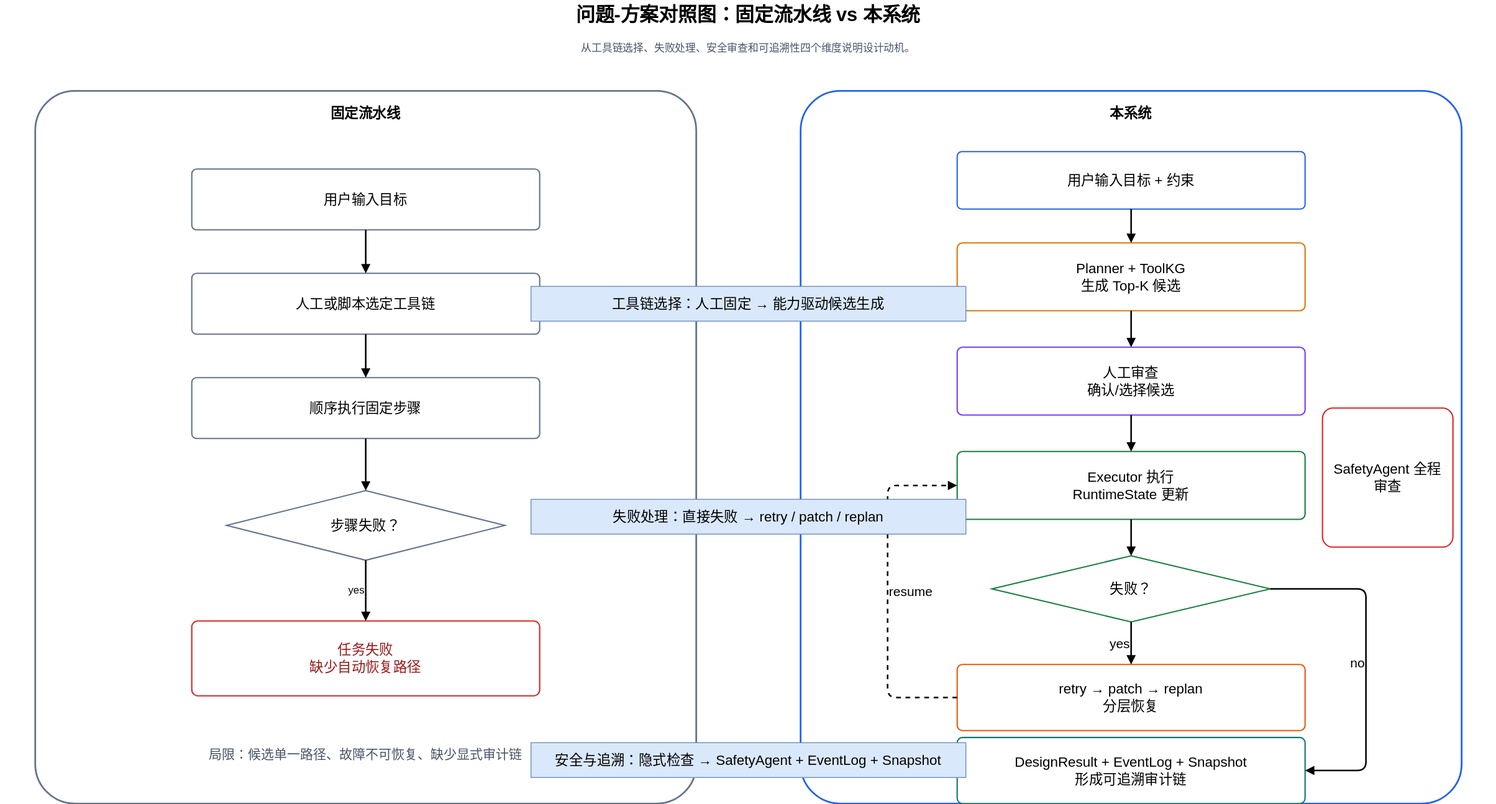
Yuri-Kon/thesis-project keeps this draw.io diagram as paper/figures/problem-solution-comparison.drawio.svg. Above is the earlier version. Source tidied: cells renumbered, new cells last; positions are measured from the earlier drawing's top-left corner, leaving out a move shared by most shapes.
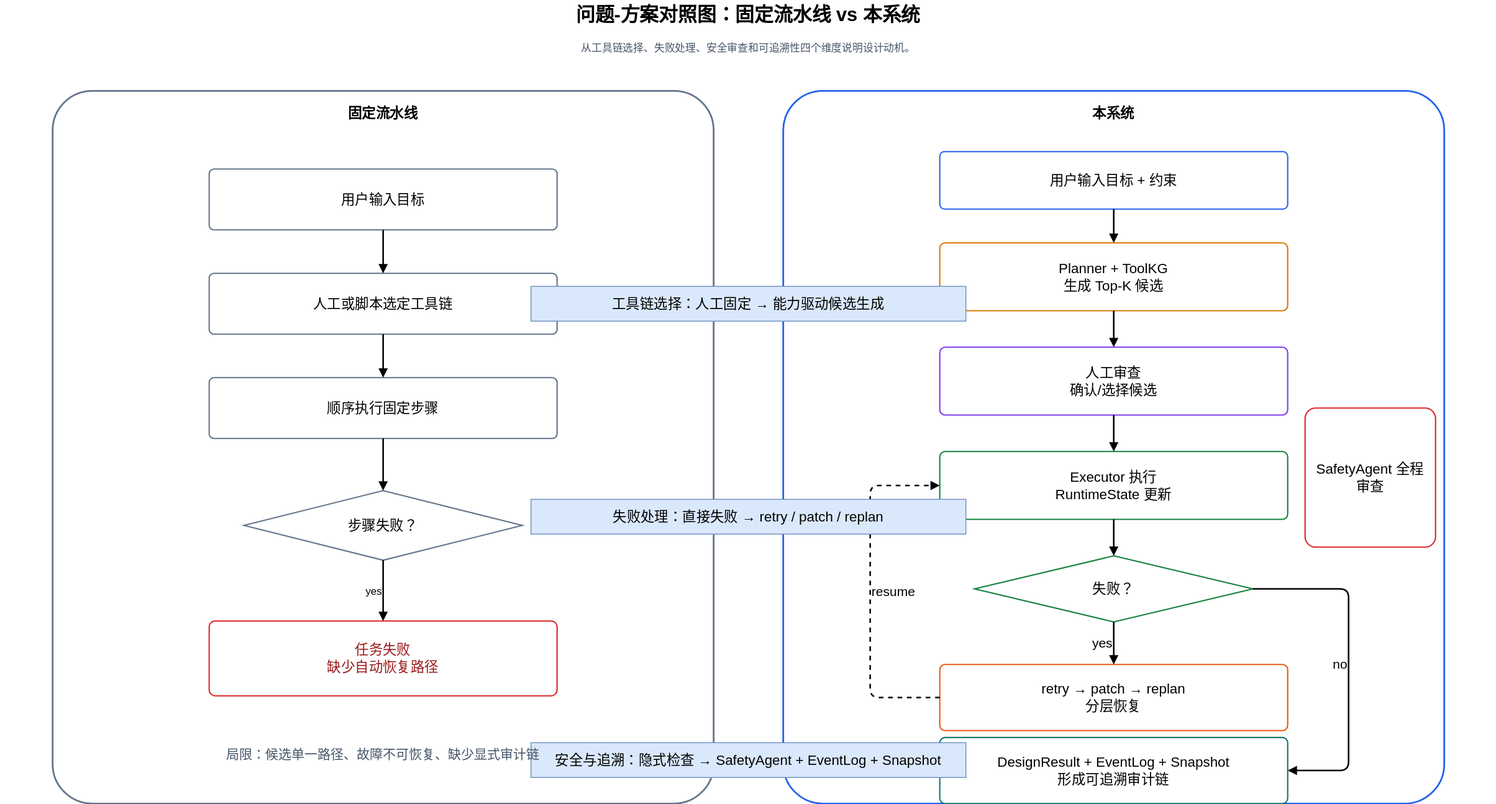
Above is the later version.

Diff of the diagram source:
```diff
@@ -2,103 +2,106 @@
   <root>
     <mxCell id="0" />
     <mxCell id="1" parent="0" />
-    <mxCell id="2" value="问题-方案对照图：固定流水线 vs 本系统" style="fontFamily=Helvetica;fontSize=22;fontStyle=1;align=center;verticalAlign=middle;whiteSpace=wrap;html=1;fillColor=none;strokeColor=none;" parent="1" vertex="1">
-      <mxGeometry width="1720" height="34" as="geometry" />
-    </mxCell>
-    <mxCell id="3" value="从工具链选择、失败处理、安全审查和可追溯性四个维度说明设计动机。" style="fontFamily=Helvetica;fontSize=12;fontColor=#475569;align=center;verticalAlign=middle;whiteSpace=wrap;html=1;fillColor=none;strokeColor=none;" parent="1" vertex="1">
-      <mxGeometry x="40" y="40" width="1640" height="30" as="geometry" />
-    </mxCell>
+    <mxCell id="34" style="group;" parent="1" vertex="1">
+      <mxGeometry x="60" y="104" width="760" height="820" as="geometry" />
+    </mxCell>
-    <mxCell id="4" value="&lt;font style=&quot;font-size: 16px;&quot;&gt;固定流水线&lt;/font&gt;" style="rounded=1;whiteSpace=wrap;html=1;arcSize=6;fillColor=#FFFFFF;strokeWidth=2;fontFamily=Helvetica;fontSize=15;fontStyle=1;align=center;verticalAlign=top;spacing=12;strokeColor=#64748B;" parent="1" vertex="1">
-      <mxGeometry x="40" y="104" width="760" height="820" as="geometry" />
+    <mxCell id="4" value="&lt;font style=&quot;font-size: 16px;&quot;&gt;固定流水线&lt;/font&gt;" style="rounded=1;whiteSpace=wrap;html=1;arcSize=6;fillColor=#FFFFFF;strokeWidth=2;fontFamily=Helvetica;fontSize=15;fontStyle=1;align=center;verticalAlign=top;spacing=12;strokeColor=#64748B;" parent="34" vertex="1">
+      <mxGeometry width="760" height="820" as="geometry" />
     </mxCell>
-    <mxCell id="5" value="&lt;font style=&quot;font-size: 16px;&quot;&gt;本系统&lt;/font&gt;" style="rounded=1;whiteSpace=wrap;html=1;arcSize=6;fillColor=#FFFFFF;strokeWidth=2;fontFamily=Helvetica;fontSize=15;fontStyle=1;align=center;verticalAlign=top;spacing=12;strokeColor=#2563EB;" parent="1" vertex="1">
-      <mxGeometry x="920" y="104" width="760" height="820" as="geometry" />
-    </mxCell>
-    <mxCell id="6" value="用户输入目标" style="rounded=1;whiteSpace=wrap;html=1;arcSize=8;fillColor=#FFFFFF;strokeWidth=1.5;fontFamily=Helvetica;fontSize=16;align=center;verticalAlign=middle;spacing=8;strokeColor=#64748B;" parent="1" vertex="1">
-      <mxGeometry x="220" y="194" width="400" height="70" as="geometry" />
+    <mxCell id="6" value="用户输入目标" style="rounded=1;whiteSpace=wrap;html=1;arcSize=8;fillColor=#FFFFFF;strokeWidth=1.5;fontFamily=Helvetica;fontSize=16;align=center;verticalAlign=middle;spacing=8;strokeColor=#64748B;" parent="34" vertex="1">
+      <mxGeometry x="180" y="90" width="400" height="70" as="geometry" />
     </mxCell>
-    <mxCell id="7" value="人工或脚本选定工具链" style="rounded=1;whiteSpace=wrap;html=1;arcSize=8;fillColor=#FFFFFF;strokeWidth=1.5;fontFamily=Helvetica;fontSize=16;align=center;verticalAlign=middle;spacing=8;strokeColor=#64748B;" parent="1" vertex="1">
-      <mxGeometry x="220" y="314" width="400" height="70" as="geometry" />
+    <mxCell id="7" value="人工或脚本选定工具链" style="rounded=1;whiteSpace=wrap;html=1;arcSize=8;fillColor=#FFFFFF;strokeWidth=1.5;fontFamily=Helvetica;fontSize=16;align=center;verticalAlign=middle;spacing=8;strokeColor=#64748B;" parent="34" vertex="1">
+      <mxGeometry x="180" y="210" width="400" height="70" as="geometry" />
     </mxCell>
-    <mxCell id="8" value="顺序执行固定步骤" style="rounded=1;whiteSpace=wrap;html=1;arcSize=8;fillColor=#FFFFFF;strokeWidth=1.5;fontFamily=Helvetica;fontSize=16;align=center;verticalAlign=middle;spacing=8;strokeColor=#64748B;" parent="1" vertex="1">
-      <mxGeometry x="220" y="434" width="400" height="70" as="geometry" />
+    <mxCell id="8" value="顺序执行固定步骤" style="rounded=1;whiteSpace=wrap;html=1;arcSize=8;fillColor=#FFFFFF;strokeWidth=1.5;fontFamily=Helvetica;fontSize=16;align=center;verticalAlign=middle;spacing=8;strokeColor=#64748B;" parent="34" vertex="1">
+      <mxGeometry x="180" y="330" width="400" height="70" as="geometry" />
     </mxCell>
-    <mxCell id="9" value="步骤失败？" style="rhombus;whiteSpace=wrap;html=1;fillColor=#FFFFFF;strokeColor=#64748B;strokeWidth=1.5;fontFamily=Helvetica;fontSize=16;align=center;verticalAlign=middle;" parent="1" vertex="1">
-      <mxGeometry x="260" y="564" width="320" height="80" as="geometry" />
+    <mxCell id="9" value="步骤失败？" style="rhombus;whiteSpace=wrap;html=1;fillColor=#FFFFFF;strokeColor=#64748B;strokeWidth=1.5;fontFamily=Helvetica;fontSize=16;align=center;verticalAlign=middle;" parent="34" vertex="1">
+      <mxGeometry x="220" y="460" width="320" height="80" as="geometry" />
     </mxCell>
-    <mxCell id="10" value="任务失败&lt;br&gt;缺少自动恢复路径" style="rounded=1;whiteSpace=wrap;html=1;arcSize=8;fillColor=#FFFFFF;strokeWidth=1.5;fontFamily=Helvetica;fontSize=16;align=center;verticalAlign=middle;spacing=8;strokeColor=#DC2626;fontColor=#991B1B;" parent="1" vertex="1">
-      <mxGeometry x="220" y="714" width="400" height="86" as="geometry" />
+    <mxCell id="10" value="任务失败&lt;br&gt;缺少自动恢复路径" style="rounded=1;whiteSpace=wrap;html=1;arcSize=8;fillColor=#FFFFFF;strokeWidth=1.5;fontFamily=Helvetica;fontSize=16;align=center;verticalAlign=middle;spacing=8;strokeColor=#DC2626;fontColor=#991B1B;" parent="34" vertex="1">
+      <mxGeometry x="180" y="610" width="400" height="86" as="geometry" />
     </mxCell>
-    <mxCell id="11" value="局限：候选单一路径、故障不可恢复、缺少显式审计链" style="fontFamily=Helvetica;fontSize=15;fontColor=#475569;align=center;verticalAlign=middle;whiteSpace=wrap;html=1;fillColor=none;strokeColor=none;" parent="1" vertex="1">
-      <mxGeometry x="125" y="844" width="590" height="46" as="geometry" />
-    </mxCell>
-    <mxCell id="12" style="endArrow=block;html=1;rounded=1;strokeWidth=1.8;fontSize=12;fontFamily=Helvetica;labelBackgroundColor=none;" parent="1" edge="1" source="6" target="7">
+    <mxCell id="12" style="endArrow=block;html=1;rounded=1;strokeWidth=1.8;fontSize=12;fontFamily=Helvetica;labelBackgroundColor=none;" parent="34" edge="1" source="6" target="7">
       <mxGeometry relative="1" as="geometry" />
     </mxCell>
-    <mxCell id="13" style="endArrow=block;html=1;rounded=1;strokeWidth=1.8;fontSize=12;fontFamily=Helvetica;labelBackgroundColor=none;" parent="1" edge="1" source="7" target="8">
+    <mxCell id="13" style="endArrow=block;html=1;rounded=1;strokeWidth=1.8;fontSize=12;fontFamily=Helvetica;labelBackgroundColor=none;" parent="34" edge="1" source="7" target="8">
       <mxGeometry relative="1" as="geometry" />
     </mxCell>
-    <mxCell id="14" style="endArrow=block;html=1;rounded=1;strokeWidth=1.8;fontSize=12;fontFamily=Helvetica;labelBackgroundColor=none;" parent="1" edge="1" source="8" target="9">
+    <mxCell id="14" style="endArrow=block;html=1;rounded=1;strokeWidth=1.8;fontSize=12;fontFamily=Helvetica;labelBackgroundColor=none;" parent="34" edge="1" source="8" target="9">
       <mxGeometry relative="1" as="geometry" />
     </mxCell>
-    <mxCell id="15" value="yes" style="endArrow=block;html=1;rounded=1;strokeWidth=1.8;fontSize=12;fontFamily=Helvetica;labelBackgroundColor=none;labelPosition=left;verticalLabelPosition=middle;align=right;verticalAlign=middle;" parent="1" edge="1" source="9" target="10">
+    <mxCell id="15" value="yes" style="endArrow=block;html=1;rounded=1;strokeWidth=1.8;fontSize=12;fontFamily=Helvetica;labelBackgroundColor=none;labelPosition=left;verticalLabelPosition=middle;align=right;verticalAlign=middle;" parent="34" edge="1" source="9" target="10">
       <mxGeometry relative="1" as="geometry" />
     </mxCell>
+    <mxCell id="35" style="group;" parent="1" vertex="1">
+      <mxGeometry x="900" y="104" width="760" height="820" as="geometry" />
+    </mxCell>
+    <mxCell id="5" value="&lt;font style=&quot;font-size: 16px;&quot;&gt;本系统&lt;/font&gt;" style="rounded=1;whiteSpace=wrap;html=1;arcSize=6;fillColor=#FFFFFF;strokeWidth=2;fontFamily=Helvetica;fontSize=15;fontStyle=1;align=center;verticalAlign=top;spacing=12;strokeColor=#2563EB;" parent="35" vertex="1">
+      <mxGeometry width="760" height="820" as="geometry" />
+    </mxCell>
-    <mxCell id="16" value="用户输入目标 + 约束" style="rounded=1;whiteSpace=wrap;html=1;arcSize=8;fillColor=#FFFFFF;strokeWidth=1.5;fontFamily=Helvetica;fontSize=16;align=center;verticalAlign=middle;spacing=8;strokeColor=#2563EB;" parent="1" vertex="1">
-      <mxGeometry x="1100" y="174" width="400" height="66" as="geometry" />
+    <mxCell id="16" value="用户输入目标 + 约束" style="rounded=1;whiteSpace=wrap;html=1;arcSize=8;fillColor=#FFFFFF;strokeWidth=1.5;fontFamily=Helvetica;fontSize=16;align=center;verticalAlign=middle;spacing=8;strokeColor=#2563EB;" parent="35" vertex="1">
+      <mxGeometry x="180" y="70" width="400" height="66" as="geometry" />
     </mxCell>
-    <mxCell id="17" value="Planner + ToolKG&lt;br&gt;生成 Top-K 候选" style="rounded=1;whiteSpace=wrap;html=1;arcSize=8;fillColor=#FFFFFF;strokeWidth=1.5;fontFamily=Helvetica;fontSize=16;align=center;verticalAlign=middle;spacing=8;strokeColor=#D97706;" parent="1" vertex="1">
-      <mxGeometry x="1100" y="279" width="400" height="78" as="geometry" />
+    <mxCell id="17" value="Planner + ToolKG&lt;br&gt;生成 Top-K 候选" style="rounded=1;whiteSpace=wrap;html=1;arcSize=8;fillColor=#FFFFFF;strokeWidth=1.5;fontFamily=Helvetica;fontSize=16;align=center;verticalAlign=middle;spacing=8;strokeColor=#D97706;" parent="35" vertex="1">
+      <mxGeometry x="180" y="175" width="400" height="78" as="geometry" />
     </mxCell>
-    <mxCell id="18" value="人工审查&lt;br&gt;确认/选择候选" style="rounded=1;whiteSpace=wrap;html=1;arcSize=8;fillColor=#FFFFFF;strokeWidth=1.5;fontFamily=Helvetica;fontSize=16;align=center;verticalAlign=middle;spacing=8;strokeColor=#7C3AED;" parent="1" vertex="1">
-      <mxGeometry x="1100" y="399" width="400" height="78" as="geometry" />
+    <mxCell id="18" value="人工审查&lt;br&gt;确认/选择候选" style="rounded=1;whiteSpace=wrap;html=1;arcSize=8;fillColor=#FFFFFF;strokeWidth=1.5;fontFamily=Helvetica;fontSize=16;align=center;verticalAlign=middle;spacing=8;strokeColor=#7C3AED;" parent="35" vertex="1">
+      <mxGeometry x="180" y="295" width="400" height="78" as="geometry" />
     </mxCell>
-    <mxCell id="19" value="Executor 执行&lt;br&gt;RuntimeState 更新" style="rounded=1;whiteSpace=wrap;html=1;arcSize=8;fillColor=#FFFFFF;strokeWidth=1.5;fontFamily=Helvetica;fontSize=16;align=center;verticalAlign=middle;spacing=8;strokeColor=#15803D;" parent="1" vertex="1">
-      <mxGeometry x="1100" y="519" width="400" height="78" as="geometry" />
+    <mxCell id="19" value="Executor 执行&lt;br&gt;RuntimeState 更新" style="rounded=1;whiteSpace=wrap;html=1;arcSize=8;fillColor=#FFFFFF;strokeWidth=1.5;fontFamily=Helvetica;fontSize=16;align=center;verticalAlign=middle;spacing=8;strokeColor=#15803D;" parent="35" vertex="1">
+      <mxGeometry x="180" y="415" width="400" height="78" as="geometry" />
     </mxCell>
-    <mxCell id="20" value="失败？" style="rhombus;whiteSpace=wrap;html=1;fillColor=#FFFFFF;strokeColor=#15803D;strokeWidth=1.5;fontFamily=Helvetica;fontSize=16;align=center;verticalAlign=middle;" parent="1" vertex="1">
-      <mxGeometry x="1140" y="639" width="320" height="76" as="geometry" />
+    <mxCell id="20" value="失败？" style="rhombus;whiteSpace=wrap;html=1;fillColor=#FFFFFF;strokeColor=#15803D;strokeWidth=1.5;fontFamily=Helvetica;fontSize=16;align=center;verticalAlign=middle;" parent="35" vertex="1">
+      <mxGeometry x="220" y="535" width="320" height="76" as="geometry" />
     </mxCell>
-    <mxCell id="21" value="retry → patch → replan&lt;br&gt;分层恢复" style="rounded=1;whiteSpace=wrap;html=1;arcSize=8;fillColor=#FFFFFF;strokeWidth=1.5;fontFamily=Helvetica;fontSize=16;align=center;verticalAlign=middle;spacing=8;strokeColor=#EA580C;" parent="1" vertex="1">
-      <mxGeometry x="1100" y="764" width="400" height="76" as="geometry" />
+    <mxCell id="21" value="retry → patch → replan&lt;br&gt;分层恢复" style="rounded=1;whiteSpace=wrap;html=1;arcSize=8;fillColor=#FFFFFF;strokeWidth=1.5;fontFamily=Helvetica;fontSize=16;align=center;verticalAlign=middle;spacing=8;strokeColor=#EA580C;" parent="35" vertex="1">
+      <mxGeometry x="180" y="660" width="400" height="76" as="geometry" />
     </mxCell>
-    <mxCell id="22" value="DesignResult + EventLog + Snapshot&lt;br&gt;形成可追溯审计链" style="rounded=1;whiteSpace=wrap;html=1;arcSize=8;fillColor=#FFFFFF;strokeWidth=1.5;fontFamily=Helvetica;fontSize=16;align=center;verticalAlign=middle;spacing=8;strokeColor=#0F766E;" parent="1" vertex="1">
-      <mxGeometry x="1100" y="848" width="400" height="76" as="geometry" />
+    <mxCell id="22" value="DesignResult + EventLog + Snapshot&lt;br&gt;形成可追溯审计链" style="rounded=1;whiteSpace=wrap;html=1;arcSize=8;fillColor=#FFFFFF;strokeWidth=1.5;fontFamily=Helvetica;fontSize=16;align=center;verticalAlign=middle;spacing=8;strokeColor=#0F766E;" parent="35" vertex="1">
+      <mxGeometry x="180" y="744" width="400" height="76" as="geometry" />
     </mxCell>
-    <mxCell id="23" value="&lt;font style=&quot;font-size: 16px;&quot;&gt;SafetyAgent 全程审查&lt;/font&gt;" style="rounded=1;whiteSpace=wrap;html=1;arcSize=8;fillColor=#FFFFFF;strokeWidth=1.5;fontFamily=Helvetica;fontSize=13;align=center;verticalAlign=middle;spacing=8;strokeColor=#DC2626;fontSize=12;" parent="1" vertex="1">
-      <mxGeometry x="1520" y="469" width="150" height="160" as="geometry" />
+    <mxCell id="23" value="&lt;font style=&quot;font-size: 16px;&quot;&gt;SafetyAgent 全程审查&lt;/font&gt;" style="rounded=1;whiteSpace=wrap;html=1;arcSize=8;fillColor=#FFFFFF;strokeWidth=1.5;fontFamily=Helvetica;fontSize=13;align=center;verticalAlign=middle;spacing=8;strokeColor=#DC2626;fontSize=12;" parent="35" vertex="1">
+      <mxGeometry x="600" y="365" width="150" height="160" as="geometry" />
     </mxCell>
-    <mxCell id="24" style="endArrow=block;html=1;rounded=1;strokeWidth=1.8;fontSize=12;fontFamily=Helvetica;labelBackgroundColor=none;" parent="1" edge="1" source="16" target="17">
+    <mxCell id="24" style="endArrow=block;html=1;rounded=1;strokeWidth=1.8;fontSize=12;fontFamily=Helvetica;labelBackgroundColor=none;" parent="35" edge="1" source="16" target="17">
       <mxGeometry relative="1" as="geometry" />
     </mxCell>
-    <mxCell id="25" style="endArrow=block;html=1;rounded=1;strokeWidth=1.8;fontSize=12;fontFamily=Helvetica;labelBackgroundColor=none;" parent="1" edge="1" source="17" target="18">
+    <mxCell id="25" style="endArrow=block;html=1;rounded=1;strokeWidth=1.8;fontSize=12;fontFamily=Helvetica;labelBackgroundColor=none;" parent="35" edge="1" source="17" target="18">
       <mxGeometry relative="1" as="geometry" />
     </mxCell>
-    <mxCell id="26" style="endArrow=block;html=1;rounded=1;strokeWidth=1.8;fontSize=12;fontFamily=Helvetica;labelBackgroundColor=none;" parent="1" edge="1" source="18" target="19">
+    <mxCell id="26" style="endArrow=block;html=1;rounded=1;strokeWidth=1.8;fontSize=12;fontFamily=Helvetica;labelBackgroundColor=none;" parent="35" edge="1" source="18" target="19">
       <mxGeometry relative="1" as="geometry" />
     </mxCell>
-    <mxCell id="27" style="endArrow=block;html=1;rounded=1;strokeWidth=1.8;fontSize=12;fontFamily=Helvetica;labelBackgroundColor=none;" parent="1" edge="1" source="19" target="20">
+    <mxCell id="27" style="endArrow=block;html=1;rounded=1;strokeWidth=1.8;fontSize=12;fontFamily=Helvetica;labelBackgroundColor=none;" parent="35" edge="1" source="19" target="20">
       <mxGeometry relative="1" as="geometry" />
     </mxCell>
-    <mxCell id="28" value="yes" style="endArrow=block;html=1;rounded=1;strokeWidth=1.8;fontSize=15;fontFamily=Helvetica;labelBackgroundColor=none;labelPosition=left;verticalLabelPosition=middle;align=right;verticalAlign=middle;" parent="1" edge="1" source="20" target="21">
+    <mxCell id="28" value="yes" style="endArrow=block;html=1;rounded=1;strokeWidth=1.8;fontSize=15;fontFamily=Helvetica;labelBackgroundColor=none;labelPosition=left;verticalLabelPosition=middle;align=right;verticalAlign=middle;" parent="35" edge="1" source="20" target="21">
       <mxGeometry relative="1" as="geometry" />
     </mxCell>
-    <mxCell id="29" value="resume" style="endArrow=block;html=1;rounded=1;strokeWidth=1.8;fontSize=15;fontFamily=Helvetica;labelBackgroundColor=none;dashed=1;labelPosition=right;verticalLabelPosition=middle;align=left;verticalAlign=middle;" parent="1" edge="1" source="21" target="19">
+    <mxCell id="29" value="resume" style="endArrow=block;html=1;rounded=1;strokeWidth=1.8;fontSize=15;fontFamily=Helvetica;labelBackgroundColor=none;dashed=1;labelPosition=right;verticalLabelPosition=middle;align=left;verticalAlign=middle;" parent="35" edge="1" source="21" target="19">
       <mxGeometry relative="1" as="geometry">
         <Array as="points">
-          <mxPoint x="1020" y="802" />
-          <mxPoint x="1020" y="558" />
+          <mxPoint x="100" y="698" />
+          <mxPoint x="100" y="454" />
         </Array>
       </mxGeometry>
     </mxCell>
-    <mxCell id="30" value="no" style="endArrow=block;html=1;rounded=1;strokeWidth=1.8;fontSize=15;fontFamily=Helvetica;labelBackgroundColor=none;entryX=1;entryY=0.5;entryDx=0;entryDy=0;exitX=1;exitY=0.5;exitDx=0;exitDy=0;labelPosition=left;verticalLabelPosition=middle;align=right;verticalAlign=middle;" parent="1" edge="1" source="20" target="22">
+    <mxCell id="30" value="no" style="endArrow=block;html=1;rounded=1;strokeWidth=1.8;fontSize=15;fontFamily=Helvetica;labelBackgroundColor=none;entryX=1;entryY=0.5;entryDx=0;entryDy=0;exitX=1;exitY=0.5;exitDx=0;exitDy=0;labelPosition=left;verticalLabelPosition=middle;align=right;verticalAlign=middle;" parent="35" edge="1" source="20" target="22">
       <mxGeometry relative="1" as="geometry">
         <Array as="points">
-          <mxPoint x="1570" y="677" />
-          <mxPoint x="1570" y="886" />
+          <mxPoint x="650" y="573" />
+          <mxPoint x="650" y="782" />
         </Array>
       </mxGeometry>
     </mxCell>
+    <mxCell id="2" value="问题-方案对照图：固定流水线 vs 本系统" style="fontFamily=Helvetica;fontSize=22;fontStyle=1;align=center;verticalAlign=middle;whiteSpace=wrap;html=1;fillColor=none;strokeColor=none;" parent="1" vertex="1">
+      <mxGeometry width="1720" height="34" as="geometry" />
+    </mxCell>
+    <mxCell id="3" value="从工具链选择、失败处理、安全审查和可追溯性四个维度说明设计动机。" style="fontFamily=Helvetica;fontSize=12;fontColor=#475569;align=center;verticalAlign=middle;whiteSpace=wrap;html=1;fillColor=none;strokeColor=none;" parent="1" vertex="1">
+      <mxGeometry x="40" y="40" width="1640" height="30" as="geometry" />
+    </mxCell>
     <mxCell id="31" value="工具链选择：人工固定 → 能力驱动候选生成" style="fontFamily=Helvetica;fontSize=16;align=center;verticalAlign=middle;whiteSpace=wrap;html=1;fillColor=#dae8fc;strokeColor=#6c8ebf;" parent="1" vertex="1">
       <mxGeometry x="610" y="329" width="500" height="40" as="geometry" />
     </mxCell>
@@ -108,5 +111,8 @@
     <mxCell id="33" value="安全与追溯：隐式检查 → SafetyAgent + EventLog + Snapshot" style="fontFamily=Helvetica;fontSize=16;align=center;verticalAlign=middle;whiteSpace=wrap;html=1;fillColor=#dae8fc;strokeColor=#6c8ebf;" parent="1" vertex="1">
       <mxGeometry x="610" y="854" width="500" height="40" as="geometry" />
     </mxCell>
+    <mxCell id="11" value="局限：候选单一路径、故障不可恢复、缺少显式审计链" style="fontFamily=Helvetica;fontSize=15;fontColor=#475569;align=center;verticalAlign=middle;whiteSpace=wrap;html=1;fillColor=none;strokeColor=none;" parent="1" vertex="1">
+      <mxGeometry x="145" y="844" width="590" height="46" as="geometry" />
+    </mxCell>
   </root>
 </mxGraphModel>
```
